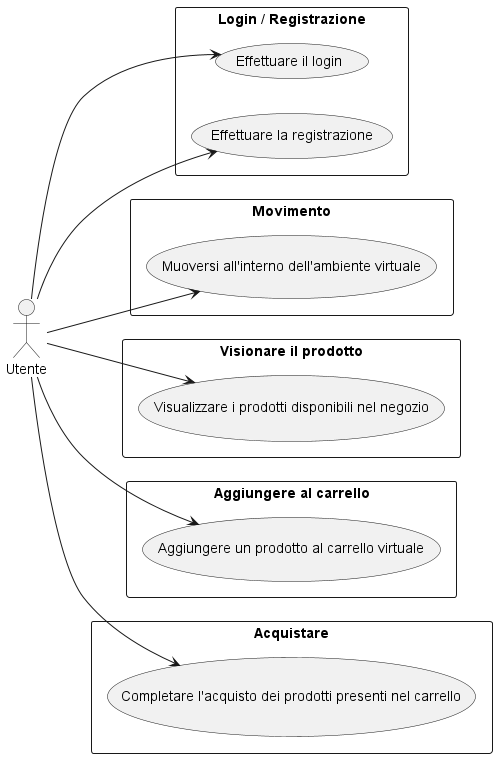
The PlantUML diagram Fase_3/useCase.png in MirkoMolteni/GestioneProgetti, before a commit. Source of this version:
```plantuml
@startuml useCase
left to right direction

actor Utente as U

rectangle "Login / Registrazione" {
U --> (Effettuare il login)
U --> (Effettuare la registrazione)
}

rectangle "Movimento" {
U --> (Muoversi all'interno dell'ambiente virtuale)
}

rectangle "Visionare il prodotto" {
U --> (Visualizzare i prodotti disponibili nel negozio)
}

rectangle "Aggiungere al carrello" {
U --> (Aggiungere un prodotto al carrello virtuale)
}

rectangle "Acquistare" {
U --> (Completare l'acquisto dei prodotti presenti nel carrello)
}

@enduml
```
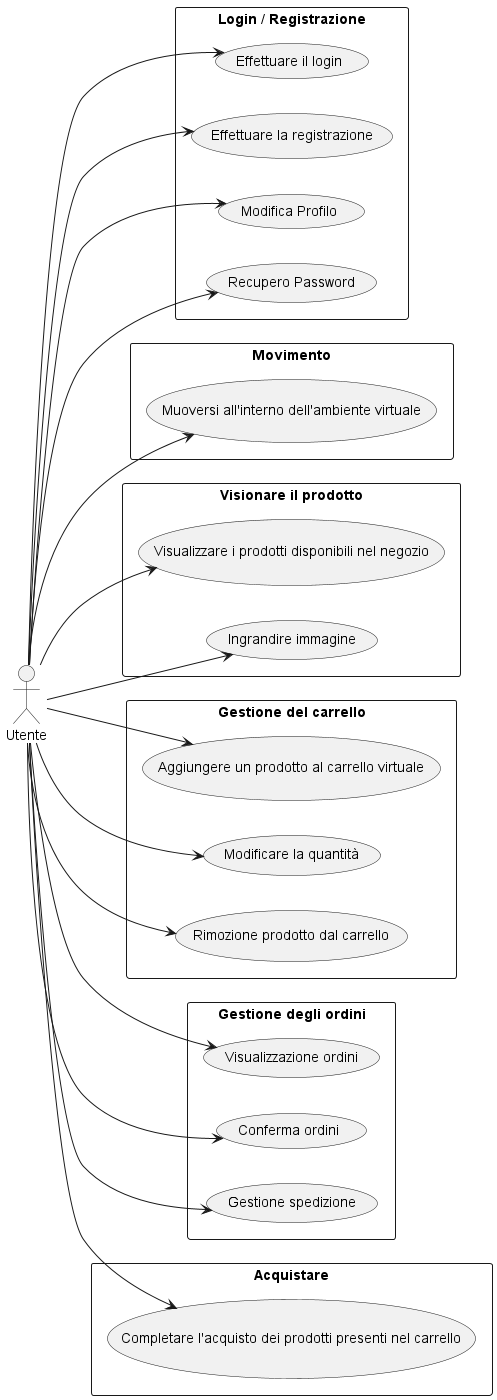
After the commit.

Commit message:
Aggiornati UML

What changed in the source:
```diff
@@ -4,24 +4,36 @@
 actor Utente as U
 
 rectangle "Login / Registrazione" {
-U --> (Effettuare il login)
-U --> (Effettuare la registrazione)
+    U --> (Effettuare il login)
+    U --> (Effettuare la registrazione)
+    U --> (Modifica Profilo)
+    U --> (Recupero Password)
 }
 
 rectangle "Movimento" {
-U --> (Muoversi all'interno dell'ambiente virtuale)
+    U --> (Muoversi all'interno dell'ambiente virtuale)
 }
 
 rectangle "Visionare il prodotto" {
-U --> (Visualizzare i prodotti disponibili nel negozio)
+    U --> (Visualizzare i prodotti disponibili nel negozio)
+    U --> (Ingrandire immagine)
+
 }
 
-rectangle "Aggiungere al carrello" {
-U --> (Aggiungere un prodotto al carrello virtuale)
+rectangle "Gestione del carrello" {
+    U --> (Aggiungere un prodotto al carrello virtuale)
+    U --> (Modificare la quantità)
+    U --> (Rimozione prodotto dal carrello)
+
+
 }
-
+rectangle "Gestione degli ordini" {
+    U --> (Visualizzazione ordini)
+    U --> (Conferma ordini)
+    U --> (Gestione spedizione)
+}
 rectangle "Acquistare" {
-U --> (Completare l'acquisto dei prodotti presenti nel carrello)
+    U --> (Completare l'acquisto dei prodotti presenti nel carrello)
 }
 
 @enduml
```
